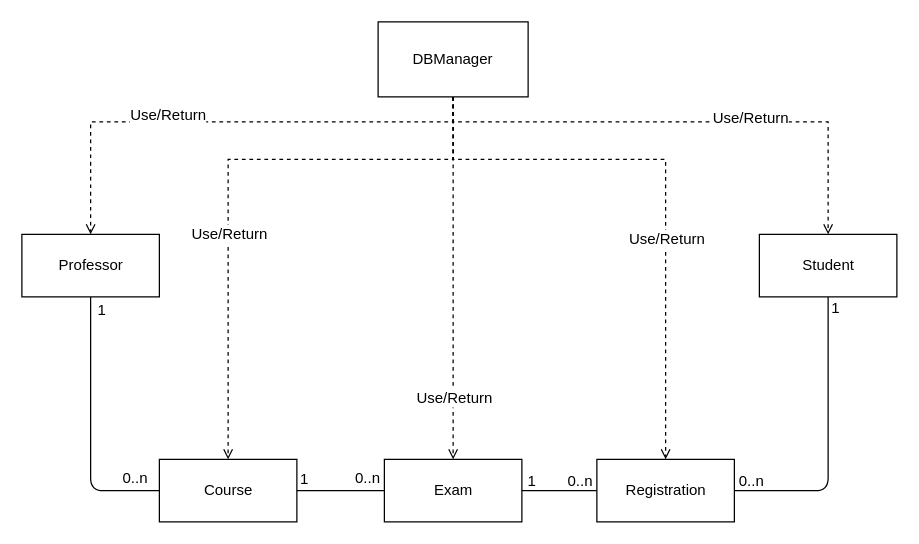
psoftware/is-class-task1 keeps this draw.io diagram as documentation/task0/images/ClassDiagram.drawio. Above is the earlier version. Source tidied: cells renumbered, new cells numbered last; positions are measured from the earlier drawing's top-left corner, leaving out a move shared by most shapes. Both pictures are drawn from the tidied source at 125%, with x=0, y=0 at pixel (21, 21).
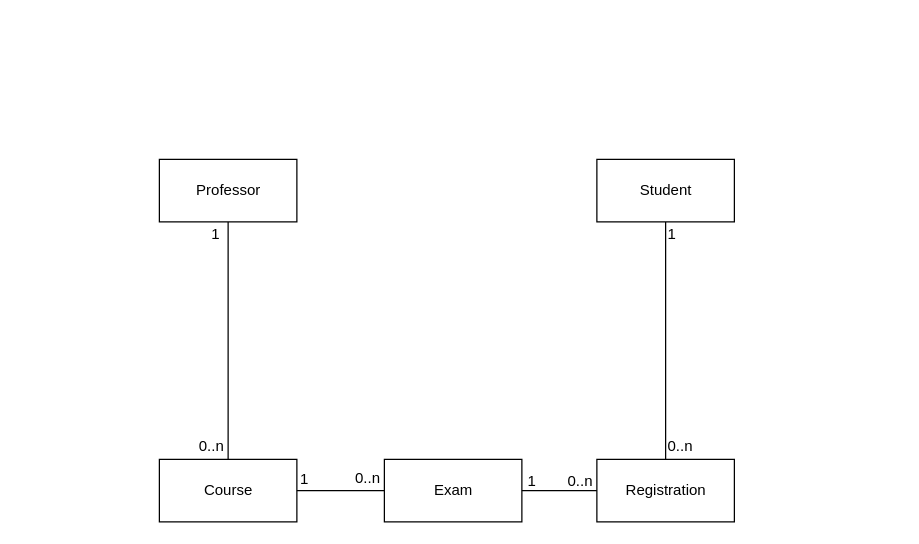
The same page after the edit.

Commit message (it also covers changes not shown here):
aggiornamento class-diagram

Unchanged cells that the change refers to:
```xml
<mxCell id="4" value="Course" style="html=1;" parent="1" vertex="1">
  <mxGeometry x="110" y="350" width="110" height="50" as="geometry" />
</mxCell>
<mxCell id="5" value="Registration" style="html=1;" parent="1" vertex="1">
  <mxGeometry x="460" y="350" width="110" height="50" as="geometry" />
</mxCell>
<mxCell id="6" value="Exam" style="html=1;" parent="1" vertex="1">
  <mxGeometry x="290" y="350" width="110" height="50" as="geometry" />
</mxCell>
```

Diff of the diagram source:
```diff
@@
     <mxCell id="2" value="&lt;div&gt;Professor&lt;/div&gt;" style="html=1;" parent="1" vertex="1">
-      <mxGeometry y="170" width="110" height="50" as="geometry" />
+      <mxGeometry x="110" y="110" width="110" height="50" as="geometry" />
     </mxCell>
     <mxCell id="3" value="Student" style="html=1;" parent="1" vertex="1">
-      <mxGeometry x="590" y="170" width="110" height="50" as="geometry" />
+      <mxGeometry x="460" y="110" width="110" height="50" as="geometry" />
     </mxCell>
@@
-    <mxCell id="8" style="endArrow=none;html=1;edgeStyle=orthogonalEdgeStyle;entryX=1;entryY=0.5;entryDx=0;entryDy=0;exitX=0.5;exitY=1;exitDx=0;exitDy=0;" parent="1" edge="1" source="3" target="5">
-      <mxGeometry relative="1" as="geometry">
-        <Array as="points">
-          <mxPoint x="645" y="375" />
-        </Array>
-      </mxGeometry>
+    <mxCell id="8" style="endArrow=none;html=1;edgeStyle=orthogonalEdgeStyle;entryX=0.5;entryY=0;entryDx=0;entryDy=0;exitX=0.5;exitY=1;exitDx=0;exitDy=0;" parent="1" edge="1" source="3" target="5">
+      <mxGeometry relative="1" as="geometry" />
     </mxCell>
-    <mxCell id="9" style="edgeStyle=orthogonalEdgeStyle;rounded=0;jettySize=auto;html=1;dashed=1;endArrow=open;endFill=0;exitX=0.5;exitY=1;exitDx=0;exitDy=0;" parent="1" edge="1" source="11" target="6">
-      <mxGeometry relative="1" as="geometry" />
-    </mxCell>
-    <mxCell id="10" value="&lt;div&gt;Use/Return&lt;/div&gt;" style="text;html=1;align=center;verticalAlign=middle;labelBackgroundColor=#ffffff;" parent="9" vertex="1">
-      <mxGeometry x="0.25" y="-1" relative="1" as="geometry">
-        <mxPoint x="1" y="59" as="offset" />
-      </mxGeometry>
-    </mxCell>
-    <mxCell id="11" value="DBManager" style="rounded=0;whiteSpace=wrap;html=1;" parent="1" vertex="1">
-      <mxGeometry x="285" width="120" height="60" as="geometry" />
-    </mxCell>
-    <mxCell id="12" style="edgeStyle=orthogonalEdgeStyle;rounded=0;jettySize=auto;html=1;dashed=1;endArrow=open;endFill=0;exitX=0.5;exitY=1;exitDx=0;exitDy=0;entryX=0.5;entryY=0;entryDx=0;entryDy=0;" parent="1" edge="1" source="11" target="5">
-      <mxGeometry relative="1" as="geometry">
-        <Array as="points">
-          <mxPoint x="345" y="110" />
-          <mxPoint x="515" y="110" />
-        </Array>
-      </mxGeometry>
-    </mxCell>
-    <mxCell id="13" value="&lt;div&gt;Use/Return&lt;/div&gt;" style="text;html=1;align=center;verticalAlign=middle;labelBackgroundColor=#ffffff;" parent="12" vertex="1">
-      <mxGeometry x="0.25" y="-1" relative="1" as="geometry">
-        <mxPoint x="1" y="-5" as="offset" />
-      </mxGeometry>
-    </mxCell>
-    <mxCell id="14" style="edgeStyle=orthogonalEdgeStyle;rounded=0;jettySize=auto;html=1;dashed=1;endArrow=open;endFill=0;exitX=0.5;exitY=1;exitDx=0;exitDy=0;entryX=0.5;entryY=0;entryDx=0;entryDy=0;" parent="1" edge="1" source="11" target="3">
-      <mxGeometry relative="1" as="geometry">
-        <Array as="points">
-          <mxPoint x="345" y="80" />
-          <mxPoint x="645" y="80" />
-        </Array>
-      </mxGeometry>
-    </mxCell>
-    <mxCell id="15" value="&lt;div&gt;Use/Return&lt;/div&gt;" style="text;html=1;align=center;verticalAlign=middle;labelBackgroundColor=#ffffff;" parent="14" vertex="1">
-      <mxGeometry x="0.25" y="-1" relative="1" as="geometry">
-        <mxPoint x="1" y="-5" as="offset" />
-      </mxGeometry>
-    </mxCell>
-    <mxCell id="16" style="edgeStyle=orthogonalEdgeStyle;rounded=0;jettySize=auto;html=1;dashed=1;endArrow=open;endFill=0;exitX=0.5;exitY=1;exitDx=0;exitDy=0;entryX=0.5;entryY=0;entryDx=0;entryDy=0;" parent="1" edge="1" source="11" target="4">
-      <mxGeometry relative="1" as="geometry">
-        <Array as="points">
-          <mxPoint x="345" y="110" />
-          <mxPoint x="165" y="110" />
-        </Array>
-      </mxGeometry>
-    </mxCell>
-    <mxCell id="17" value="&lt;div&gt;Use/Return&lt;/div&gt;" style="text;html=1;align=center;verticalAlign=middle;labelBackgroundColor=#ffffff;" parent="16" vertex="1">
-      <mxGeometry x="0.25" y="-1" relative="1" as="geometry">
-        <mxPoint x="1" y="-5" as="offset" />
-      </mxGeometry>
-    </mxCell>
-    <mxCell id="18" style="edgeStyle=orthogonalEdgeStyle;rounded=0;jettySize=auto;html=1;dashed=1;endArrow=open;endFill=0;exitX=0.5;exitY=1;exitDx=0;exitDy=0;entryX=0.5;entryY=0;entryDx=0;entryDy=0;" parent="1" edge="1" source="11" target="2">
-      <mxGeometry relative="1" as="geometry">
-        <Array as="points">
-          <mxPoint x="345" y="80" />
-          <mxPoint x="55" y="80" />
-        </Array>
-      </mxGeometry>
-    </mxCell>
-    <mxCell id="19" value="&lt;div&gt;Use/Return&lt;/div&gt;" style="text;html=1;align=center;verticalAlign=middle;labelBackgroundColor=#ffffff;" parent="18" vertex="1">
-      <mxGeometry x="0.25" y="-1" relative="1" as="geometry">
-        <mxPoint x="1" y="-5" as="offset" />
-      </mxGeometry>
-    </mxCell>
-    <mxCell id="20" style="endArrow=none;html=1;edgeStyle=orthogonalEdgeStyle;entryX=0.5;entryY=1;entryDx=0;entryDy=0;exitX=0;exitY=0.5;exitDx=0;exitDy=0;" parent="1" edge="1" source="4" target="2">
+    <mxCell id="20" style="endArrow=none;html=1;edgeStyle=orthogonalEdgeStyle;entryX=0.5;entryY=1;entryDx=0;entryDy=0;exitX=0.5;exitY=0;exitDx=0;exitDy=0;" parent="1" edge="1" source="4" target="2">
       <mxGeometry relative="1" as="geometry" />
     </mxCell>
@@
     <mxCell id="22" value="0..n" style="text;html=1;align=left;verticalAlign=top;spacingTop=-4;" parent="1" vertex="1">
-      <mxGeometry x="79" y="355" width="40" height="20" as="geometry" />
+      <mxGeometry x="140" y="330" width="40" height="20" as="geometry" />
     </mxCell>
     <mxCell id="23" value="1" style="text;html=1;align=left;verticalAlign=top;spacingTop=-4;" parent="1" vertex="1">
-      <mxGeometry x="59" y="221" width="20" height="20" as="geometry" />
+      <mxGeometry x="150" y="160" width="20" height="20" as="geometry" />
     </mxCell>
@@
     <mxCell id="28" value="1" style="text;html=1;align=left;verticalAlign=top;spacingTop=-4;" parent="1" vertex="1">
-      <mxGeometry x="646" y="219" width="20" height="20" as="geometry" />
+      <mxGeometry x="515" y="160" width="20" height="20" as="geometry" />
     </mxCell>
     <mxCell id="29" value="0..n" style="text;html=1;align=left;verticalAlign=top;spacingTop=-4;" parent="1" vertex="1">
-      <mxGeometry x="572" y="358" width="40" height="20" as="geometry" />
+      <mxGeometry x="515" y="330" width="40" height="20" as="geometry" />
     </mxCell>
```
